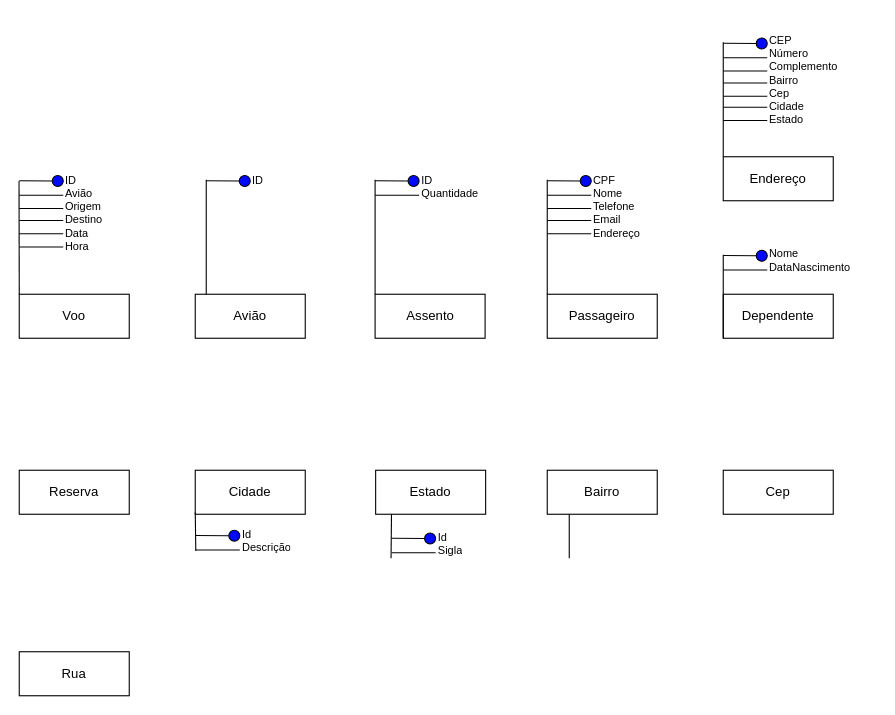
AdrianoCorreia94/ciencia-de-dados keeps this draw.io diagram as Banco de Dados/Diagrama sem nome.drawio. Above is the earlier version. Source tidied: cells renumbered, new cells numbered last; positions are measured from the earlier drawing's top-left corner, leaving out a move shared by most shapes. Both pictures are drawn from the tidied source at 110%, with x=0, y=0 at pixel (19, 30).
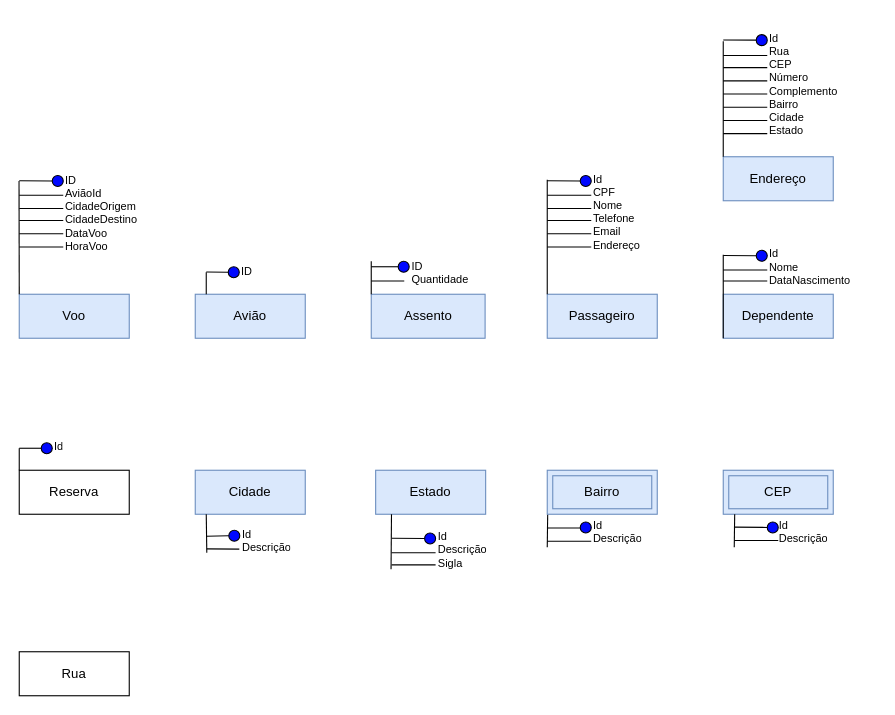
Above is the later version.

Unchanged cells that the change refers to:
```xml
<mxCell id="70" style="ellipse;whiteSpace=wrap;html=1;fillStyle=solid;fillColor=#0008FF;" parent="1" vertex="1">
  <mxGeometry x="190.5" y="454.5" width="10" height="10" as="geometry" />
</mxCell>
<mxCell id="71" value="&lt;span style=&quot;white-space: pre;&quot;&gt;Id&lt;br/&gt;Descrição&lt;br&gt;&lt;/span&gt;" style="text;strokeColor=none;fillColor=none;html=1;whiteSpace=wrap;verticalAlign=middle;overflow=hidden;fontSize=10;align=left;horizontal=1;spacingTop=4;" parent="1" vertex="1">
  <mxGeometry x="200.5" y="417.5" width="90" height="89" as="geometry" />
</mxCell>
```

Change to the diagram source:
```diff
@@
-    <mxCell id="2" value="&lt;span style=&quot;white-space: pre;&quot;&gt;Id&lt;br&gt;Sigla&lt;br&gt;&lt;/span&gt;" style="text;strokeColor=none;fillColor=none;html=1;whiteSpace=wrap;verticalAlign=middle;overflow=hidden;fontSize=10;align=left;horizontal=1;spacingTop=4;" parent="1" vertex="1">
-      <mxGeometry x="378.5" y="420.5" width="90" height="89" as="geometry" />
+    <mxCell id="2" value="&lt;span style=&quot;white-space: pre;&quot;&gt;Id&lt;br/&gt;Descrição&lt;br&gt;Sigla&lt;br&gt;&lt;/span&gt;" style="text;strokeColor=none;fillColor=none;html=1;whiteSpace=wrap;verticalAlign=middle;overflow=hidden;fontSize=10;align=left;horizontal=1;spacingTop=4;" parent="1" vertex="1">
+      <mxGeometry x="378.5" y="425" width="90" height="89" as="geometry" />
     </mxCell>
-    <mxCell id="3" value="ID&lt;br&gt;Avião&lt;br&gt;&lt;span style=&quot;white-space: pre;&quot;&gt;Origem&lt;br&gt;Destino&lt;br/&gt;Data&lt;br/&gt;Hora&lt;br/&gt;&lt;/span&gt;" style="text;strokeColor=none;fillColor=none;html=1;whiteSpace=wrap;verticalAlign=middle;overflow=hidden;fontSize=10;align=left;" parent="1" vertex="1">
+    <mxCell id="3" value="ID&lt;br&gt;AviãoId&lt;br&gt;&lt;span style=&quot;white-space: pre;&quot;&gt;CidadeOrigem&lt;br&gt;CidadeDestino&lt;br&gt;DataVoo&lt;br&gt;HoraVoo&lt;br&gt;&lt;/span&gt;" style="text;strokeColor=none;fillColor=none;html=1;whiteSpace=wrap;verticalAlign=middle;overflow=hidden;fontSize=10;align=left;" parent="1" vertex="1">
       <mxGeometry x="40" y="121" width="80" height="89" as="geometry" />
     </mxCell>
-    <mxCell id="4" value="Voo" style="whiteSpace=wrap;html=1;align=center;" parent="1" vertex="1">
+    <mxCell id="4" value="Voo" style="whiteSpace=wrap;html=1;align=center;fillColor=#dae8fc;strokeColor=#6c8ebf;" parent="1" vertex="1">
       <mxGeometry y="240" width="100" height="40" as="geometry" />
     </mxCell>
-    <mxCell id="5" value="Assento" style="whiteSpace=wrap;html=1;align=center;" parent="1" vertex="1">
-      <mxGeometry x="323.5" y="240" width="100" height="40" as="geometry" />
+    <mxCell id="5" value="Assento" style="whiteSpace=wrap;html=1;align=center;fillStyle=solid;fillColor=#dae8fc;strokeColor=#6c8ebf;" parent="1" vertex="1">
+      <mxGeometry x="320" y="240" width="103.5" height="40" as="geometry" />
     </mxCell>
-    <mxCell id="6" value="Avião" style="whiteSpace=wrap;html=1;align=center;" parent="1" vertex="1">
+    <mxCell id="6" value="Avião" style="whiteSpace=wrap;html=1;align=center;fillColor=#dae8fc;strokeColor=#6c8ebf;" parent="1" vertex="1">
       <mxGeometry x="160" y="240" width="100" height="40" as="geometry" />
     </mxCell>
-    <mxCell id="7" value="Passageiro" style="whiteSpace=wrap;html=1;align=center;" parent="1" vertex="1">
+    <mxCell id="7" value="Passageiro" style="whiteSpace=wrap;html=1;align=center;fillColor=#dae8fc;strokeColor=#6c8ebf;" parent="1" vertex="1">
       <mxGeometry x="480" y="240" width="100" height="40" as="geometry" />
     </mxCell>
-    <mxCell id="8" value="Dependente" style="whiteSpace=wrap;html=1;align=center;" parent="1" vertex="1">
+    <mxCell id="8" value="Dependente" style="whiteSpace=wrap;html=1;align=center;fillColor=#dae8fc;strokeColor=#6c8ebf;" parent="1" vertex="1">
       <mxGeometry x="640" y="240" width="100" height="40" as="geometry" />
     </mxCell>
@@
-    <mxCell id="10" value="Cidade" style="whiteSpace=wrap;html=1;align=center;" parent="1" vertex="1">
+    <mxCell id="10" value="Cidade" style="whiteSpace=wrap;html=1;align=center;fillColor=#dae8fc;strokeColor=#6c8ebf;" parent="1" vertex="1">
       <mxGeometry x="160" y="400" width="100" height="40" as="geometry" />
     </mxCell>
-    <mxCell id="11" value="Estado" style="whiteSpace=wrap;html=1;align=center;" parent="1" vertex="1">
+    <mxCell id="11" value="Estado" style="whiteSpace=wrap;html=1;align=center;fillColor=#dae8fc;strokeColor=#6c8ebf;" parent="1" vertex="1">
       <mxGeometry x="324" y="400" width="100" height="40" as="geometry" />
     </mxCell>
-    <mxCell id="12" value="Bairro" style="whiteSpace=wrap;html=1;align=center;" parent="1" vertex="1">
-      <mxGeometry x="480" y="400" width="100" height="40" as="geometry" />
-    </mxCell>
-    <mxCell id="13" value="Cep" style="whiteSpace=wrap;html=1;align=center;" parent="1" vertex="1">
-      <mxGeometry x="640" y="400" width="100" height="40" as="geometry" />
-    </mxCell>
@@
-    <mxCell id="15" style="endArrow=none;html=1;rounded=0;" parent="1" edge="1">
-      <mxGeometry relative="1" as="geometry">
-        <mxPoint x="500" y="480" as="sourcePoint" />
-        <mxPoint x="500" y="440" as="targetPoint" />
-      </mxGeometry>
-    </mxCell>
@@
-    <mxCell id="25" style="endArrow=none;html=1;rounded=0;startArrow=none;" parent="1" edge="1" source="27">
-      <mxGeometry relative="1" as="geometry">
-        <mxPoint x="210" y="136.8" as="targetPoint" />
-      </mxGeometry>
-    </mxCell>
-    <mxCell id="26" style="endArrow=none;html=1;rounded=0;" parent="1" edge="1" target="27">
+    <mxCell id="26" style="endArrow=none;html=1;rounded=0;" parent="1" edge="1">
       <mxGeometry relative="1" as="geometry">
-        <mxPoint x="170" y="136.8" as="sourcePoint" />
+        <mxPoint x="170" y="219.8" as="sourcePoint" />
+        <mxPoint x="200" y="220" as="targetPoint" />
+        <Array as="points">
+          <mxPoint x="190" y="220" />
+        </Array>
       </mxGeometry>
     </mxCell>
     <mxCell id="27" style="ellipse;whiteSpace=wrap;html=1;fillStyle=solid;fillColor=#0008FF;" parent="1" vertex="1">
-      <mxGeometry x="200" y="132" width="10" height="10" as="geometry" />
+      <mxGeometry x="190" y="215" width="10" height="10" as="geometry" />
     </mxCell>
     <mxCell id="28" style="endArrow=none;html=1;rounded=0;" parent="1" edge="1">
       <mxGeometry relative="1" as="geometry">
         <mxPoint x="170" y="240" as="sourcePoint" />
-        <mxPoint x="170" y="136" as="targetPoint" />
+        <mxPoint x="170" y="220" as="targetPoint" />
       </mxGeometry>
     </mxCell>
     <mxCell id="29" value="ID&lt;span style=&quot;white-space: pre;&quot;&gt;&lt;br&gt;&lt;/span&gt;" style="text;strokeColor=none;fillColor=none;html=1;whiteSpace=wrap;verticalAlign=middle;overflow=hidden;fontSize=10;align=left;" parent="1" vertex="1">
-      <mxGeometry x="210" y="91.5" width="80" height="89" as="geometry" />
+      <mxGeometry x="199.5" y="174.5" width="80" height="89" as="geometry" />
     </mxCell>
     <mxCell id="30" value="ID&lt;br&gt;&lt;span style=&quot;white-space: pre;&quot;&gt;Quantidade&lt;br&gt;&lt;/span&gt;" style="text;strokeColor=none;fillColor=none;html=1;whiteSpace=wrap;verticalAlign=middle;overflow=hidden;fontSize=10;align=left;" parent="1" vertex="1">
-      <mxGeometry x="363.5" y="97" width="80" height="89" as="geometry" />
+      <mxGeometry x="354.5" y="175.5" width="80" height="89" as="geometry" />
     </mxCell>
-    <mxCell id="31" style="endArrow=none;html=1;rounded=0;startArrow=none;" parent="1" edge="1" source="34">
-      <mxGeometry relative="1" as="geometry">
-        <mxPoint x="363.5" y="136.8" as="targetPoint" />
-      </mxGeometry>
-    </mxCell>
     <mxCell id="32" style="endArrow=none;html=1;rounded=0;" parent="1" edge="1">
       <mxGeometry relative="1" as="geometry">
-        <mxPoint x="323.5" y="150" as="sourcePoint" />
-        <mxPoint x="363.5" y="150" as="targetPoint" />
+        <mxPoint x="320" y="228" as="sourcePoint" />
+        <mxPoint x="350" y="228" as="targetPoint" />
       </mxGeometry>
     </mxCell>
-    <mxCell id="33" style="endArrow=none;html=1;rounded=0;" parent="1" edge="1" target="34">
+    <mxCell id="33" style="endArrow=none;html=1;rounded=0;startArrow=none;" parent="1" edge="1" source="34">
       <mxGeometry relative="1" as="geometry">
-        <mxPoint x="323.5" y="136.8" as="sourcePoint" />
+        <mxPoint x="355" y="215" as="targetPoint" />
       </mxGeometry>
     </mxCell>
-    <mxCell id="34" style="ellipse;whiteSpace=wrap;html=1;fillStyle=solid;fillColor=#0008FF;" parent="1" vertex="1">
-      <mxGeometry x="353.5" y="132" width="10" height="10" as="geometry" />
-    </mxCell>
-    <mxCell id="35" style="endArrow=none;html=1;rounded=0;" parent="1" edge="1">
+    <mxCell id="35" style="endArrow=none;html=1;rounded=0;exitX=0;exitY=0;exitDx=0;exitDy=0;" parent="1" edge="1" source="5">
       <mxGeometry relative="1" as="geometry">
-        <mxPoint x="323.5" y="240" as="sourcePoint" />
-        <mxPoint x="323.5" y="136" as="targetPoint" />
+        <mxPoint x="320" y="210" as="targetPoint" />
+        <Array as="points">
+          <mxPoint x="320" y="230" />
+        </Array>
       </mxGeometry>
     </mxCell>
@@
-    <mxCell id="44" value="&lt;span style=&quot;white-space: pre;&quot;&gt;CPF&lt;/span&gt;&lt;br/&gt;&lt;span style=&quot;white-space: pre;&quot;&gt;Nome&lt;/span&gt;&lt;br/&gt;&lt;span style=&quot;white-space: pre;&quot;&gt;Telefone&lt;/span&gt;&lt;br/&gt;&lt;span style=&quot;white-space: pre;&quot;&gt;Email&lt;/span&gt;&lt;br/&gt;&lt;span style=&quot;white-space: pre;&quot;&gt;Endereço&lt;/span&gt;" style="text;strokeColor=none;fillColor=none;html=1;whiteSpace=wrap;verticalAlign=middle;overflow=hidden;fontSize=10;align=left;" parent="1" vertex="1">
-      <mxGeometry x="520" y="115" width="90" height="89" as="geometry" />
+    <mxCell id="44" value="&lt;span style=&quot;white-space: pre;&quot;&gt;Id&lt;br/&gt;CPF&lt;/span&gt;&lt;br&gt;&lt;span style=&quot;white-space: pre;&quot;&gt;Nome&lt;/span&gt;&lt;br&gt;&lt;span style=&quot;white-space: pre;&quot;&gt;Telefone&lt;/span&gt;&lt;br&gt;&lt;span style=&quot;white-space: pre;&quot;&gt;Email&lt;/span&gt;&lt;br&gt;&lt;span style=&quot;white-space: pre;&quot;&gt;Endereço&lt;/span&gt;" style="text;strokeColor=none;fillColor=none;html=1;whiteSpace=wrap;verticalAlign=middle;overflow=hidden;fontSize=10;align=left;" parent="1" vertex="1">
+      <mxGeometry x="520" y="120" width="90" height="89" as="geometry" />
     </mxCell>
@@
     <mxCell id="49" style="endArrow=none;html=1;rounded=0;entryX=0.144;entryY=1.025;entryDx=0;entryDy=0;entryPerimeter=0;" parent="1" edge="1">
       <mxGeometry relative="1" as="geometry">
-        <mxPoint x="338" y="480" as="sourcePoint" />
+        <mxPoint x="338" y="490" as="sourcePoint" />
         <mxPoint x="338.4" y="440" as="targetPoint" />
       </mxGeometry>
     </mxCell>
-    <mxCell id="50" value="Endereço" style="whiteSpace=wrap;html=1;align=center;" parent="1" vertex="1">
+    <mxCell id="50" value="Endereço" style="whiteSpace=wrap;html=1;align=center;fillColor=#dae8fc;strokeColor=#6c8ebf;" parent="1" vertex="1">
       <mxGeometry x="640" y="115" width="100" height="40" as="geometry" />
     </mxCell>
@@
     <mxCell id="52" style="endArrow=none;html=1;rounded=0;" parent="1" edge="1">
       <mxGeometry relative="1" as="geometry">
-        <mxPoint x="640" y="25" as="sourcePoint" />
-        <mxPoint x="680" y="25" as="targetPoint" />
+        <mxPoint x="640" y="23" as="sourcePoint" />
+        <mxPoint x="680" y="23" as="targetPoint" />
       </mxGeometry>
     </mxCell>
     <mxCell id="53" style="endArrow=none;html=1;rounded=0;" parent="1" edge="1">
       <mxGeometry relative="1" as="geometry">
-        <mxPoint x="640" y="37" as="sourcePoint" />
-        <mxPoint x="680" y="37" as="targetPoint" />
+        <mxPoint x="640" y="34" as="sourcePoint" />
+        <mxPoint x="680" y="34" as="targetPoint" />
       </mxGeometry>
     </mxCell>
     <mxCell id="54" style="endArrow=none;html=1;rounded=0;" parent="1" edge="1">
       <mxGeometry relative="1" as="geometry">
-        <mxPoint x="640" y="60" as="sourcePoint" />
-        <mxPoint x="680" y="60" as="targetPoint" />
+        <mxPoint x="640" y="58" as="sourcePoint" />
+        <mxPoint x="680" y="58" as="targetPoint" />
       </mxGeometry>
     </mxCell>
     <mxCell id="55" style="endArrow=none;html=1;rounded=0;" parent="1" edge="1">
       <mxGeometry relative="1" as="geometry">
-        <mxPoint x="640" y="48" as="sourcePoint" />
-        <mxPoint x="680" y="48" as="targetPoint" />
+        <mxPoint x="640" y="46" as="sourcePoint" />
+        <mxPoint x="680" y="46" as="targetPoint" />
       </mxGeometry>
     </mxCell>
-    <mxCell id="56" style="endArrow=none;html=1;rounded=0;" parent="1" edge="1" target="57">
+    <mxCell id="56" style="endArrow=none;html=1;rounded=0;" parent="1" edge="1">
       <mxGeometry relative="1" as="geometry">
-        <mxPoint x="640" y="11.8" as="sourcePoint" />
+        <mxPoint x="640" y="8.8" as="sourcePoint" />
+        <mxPoint x="670" y="9" as="targetPoint" />
       </mxGeometry>
     </mxCell>
     <mxCell id="57" style="ellipse;whiteSpace=wrap;html=1;fillStyle=solid;fillColor=#0008FF;" parent="1" vertex="1">
-      <mxGeometry x="670" y="7" width="10" height="10" as="geometry" />
+      <mxGeometry x="670" y="4" width="10" height="10" as="geometry" />
     </mxCell>
     <mxCell id="58" style="endArrow=none;html=1;rounded=0;" parent="1" edge="1">
       <mxGeometry relative="1" as="geometry">
         <mxPoint x="640" y="115" as="sourcePoint" />
-        <mxPoint x="640" y="11" as="targetPoint" />
+        <mxPoint x="640" y="10" as="targetPoint" />
       </mxGeometry>
     </mxCell>
-    <mxCell id="59" value="&lt;span style=&quot;white-space: pre;&quot;&gt;CEP&lt;br/&gt;Número&lt;/span&gt;&lt;br&gt;&lt;span style=&quot;white-space: pre;&quot;&gt;Complemento&lt;/span&gt;&lt;br&gt;&lt;span style=&quot;white-space: pre;&quot;&gt;Bairro&lt;/span&gt;&lt;br&gt;&lt;span style=&quot;white-space: pre;&quot;&gt;Cep&lt;br&gt;Cidade&lt;br&gt;Estado&lt;br&gt;&lt;/span&gt;" style="text;strokeColor=none;fillColor=none;html=1;whiteSpace=wrap;verticalAlign=middle;overflow=hidden;fontSize=10;align=left;" parent="1" vertex="1">
-      <mxGeometry x="680" width="90" height="89" as="geometry" />
+    <mxCell id="59" value="&lt;span style=&quot;white-space: pre;&quot;&gt;Id&lt;br&gt;Rua&lt;br&gt;CEP&lt;br&gt;Número&lt;/span&gt;&lt;br&gt;&lt;span style=&quot;white-space: pre;&quot;&gt;Complemento&lt;/span&gt;&lt;br&gt;&lt;span style=&quot;white-space: pre;&quot;&gt;Bairro&lt;/span&gt;&lt;span style=&quot;white-space: pre;&quot;&gt;&lt;br&gt;Cidade&lt;br&gt;Estado&lt;br&gt;&lt;/span&gt;" style="text;strokeColor=none;fillColor=none;html=1;whiteSpace=wrap;verticalAlign=middle;overflow=hidden;fontSize=10;align=left;" parent="1" vertex="1">
+      <mxGeometry x="680" y="-10" width="90" height="118" as="geometry" />
     </mxCell>
@@
-    <mxCell id="62" value="Nome&lt;br&gt;&lt;span style=&quot;white-space: pre;&quot;&gt;DataNascimento&lt;br&gt;&lt;/span&gt;" style="text;strokeColor=none;fillColor=none;html=1;whiteSpace=wrap;verticalAlign=middle;overflow=hidden;fontSize=10;align=left;" parent="1" vertex="1">
-      <mxGeometry x="680" y="164" width="80" height="89" as="geometry" />
+    <mxCell id="62" value="Id&lt;br&gt;Nome&lt;br&gt;&lt;span style=&quot;white-space: pre;&quot;&gt;DataNascimento&lt;br&gt;&lt;/span&gt;" style="text;strokeColor=none;fillColor=none;html=1;whiteSpace=wrap;verticalAlign=middle;overflow=hidden;fontSize=10;align=left;" parent="1" vertex="1">
+      <mxGeometry x="680" y="170.5" width="80" height="89" as="geometry" />
     </mxCell>
@@
-    <mxCell id="68" style="endArrow=none;html=1;rounded=0;" parent="1" edge="1">
-      <mxGeometry relative="1" as="geometry">
-        <mxPoint x="160.5" y="472.5" as="sourcePoint" />
-        <mxPoint x="200.5" y="472.5" as="targetPoint" />
-      </mxGeometry>
-    </mxCell>
     <mxCell id="69" style="endArrow=none;html=1;rounded=0;" parent="1" edge="1" target="70">
       <mxGeometry relative="1" as="geometry">
-        <mxPoint x="160.5" y="459.3" as="sourcePoint" />
+        <mxPoint x="170" y="460" as="sourcePoint" />
       </mxGeometry>
     </mxCell>
@@
     <mxCell id="72" style="endArrow=none;html=1;rounded=0;entryX=0.144;entryY=1.025;entryDx=0;entryDy=0;entryPerimeter=0;" parent="1" edge="1">
       <mxGeometry relative="1" as="geometry">
-        <mxPoint x="160.5" y="473.5" as="sourcePoint" />
-        <mxPoint x="160" y="438.5" as="targetPoint" />
+        <mxPoint x="170.5" y="475" as="sourcePoint" />
+        <mxPoint x="170" y="440" as="targetPoint" />
       </mxGeometry>
     </mxCell>
+    <mxCell id="73" style="endArrow=none;html=1;rounded=0;startArrow=none;" parent="1" edge="1" source="76">
+      <mxGeometry relative="1" as="geometry">
+        <mxPoint x="30" y="380.2" as="targetPoint" />
+        <Array as="points">
+          <mxPoint x="20" y="380.2" />
+        </Array>
+      </mxGeometry>
+    </mxCell>
+    <mxCell id="74" style="endArrow=none;html=1;rounded=0;" parent="1" edge="1">
+      <mxGeometry relative="1" as="geometry">
+        <mxPoint y="400" as="sourcePoint" />
+        <mxPoint y="380" as="targetPoint" />
+      </mxGeometry>
+    </mxCell>
+    <mxCell id="75" style="endArrow=none;html=1;rounded=0;" parent="1" edge="1" target="76">
+      <mxGeometry relative="1" as="geometry">
+        <mxPoint y="380" as="sourcePoint" />
+      </mxGeometry>
+    </mxCell>
+    <mxCell id="76" style="ellipse;whiteSpace=wrap;html=1;fillStyle=solid;fillColor=#0008FF;" parent="1" vertex="1">
+      <mxGeometry x="20" y="375" width="10" height="10" as="geometry" />
+    </mxCell>
+    <mxCell id="77" value="&lt;span style=&quot;white-space: pre;&quot;&gt;Id&lt;br&gt;&lt;/span&gt;" style="text;strokeColor=none;fillColor=none;html=1;whiteSpace=wrap;verticalAlign=middle;overflow=hidden;fontSize=10;align=left;horizontal=1;spacingTop=4;" parent="1" vertex="1">
+      <mxGeometry x="30" y="331.5" width="90" height="89" as="geometry" />
+    </mxCell>
+    <mxCell id="78" style="endArrow=none;html=1;rounded=0;" parent="1" edge="1" target="34">
+      <mxGeometry relative="1" as="geometry">
+        <mxPoint x="320" y="215" as="sourcePoint" />
+      </mxGeometry>
+    </mxCell>
+    <mxCell id="34" style="ellipse;whiteSpace=wrap;html=1;fillStyle=solid;fillColor=#0008FF;" parent="1" vertex="1">
+      <mxGeometry x="344.5" y="210" width="10" height="10" as="geometry" />
+    </mxCell>
+    <mxCell id="79" style="endArrow=none;html=1;rounded=0;" parent="1" edge="1">
+      <mxGeometry relative="1" as="geometry">
+        <mxPoint x="640" y="94" as="sourcePoint" />
+        <mxPoint x="680" y="94" as="targetPoint" />
+      </mxGeometry>
+    </mxCell>
+    <mxCell id="80" style="endArrow=none;html=1;rounded=0;" parent="1" edge="1">
+      <mxGeometry relative="1" as="geometry">
+        <mxPoint x="480" y="197" as="sourcePoint" />
+        <mxPoint x="520" y="197" as="targetPoint" />
+      </mxGeometry>
+    </mxCell>
+    <mxCell id="81" style="endArrow=none;html=1;rounded=0;" parent="1" edge="1">
+      <mxGeometry relative="1" as="geometry">
+        <mxPoint x="640" y="228" as="sourcePoint" />
+        <mxPoint x="680" y="228" as="targetPoint" />
+      </mxGeometry>
+    </mxCell>
+    <mxCell id="82" style="endArrow=none;html=1;rounded=0;" parent="1" edge="1">
+      <mxGeometry relative="1" as="geometry">
+        <mxPoint x="338.5" y="486" as="sourcePoint" />
+        <mxPoint x="378.5" y="486" as="targetPoint" />
+      </mxGeometry>
+    </mxCell>
+    <mxCell id="83" style="endArrow=none;html=1;rounded=0;entryX=0.144;entryY=1.025;entryDx=0;entryDy=0;entryPerimeter=0;" parent="1" edge="1">
+      <mxGeometry relative="1" as="geometry">
+        <mxPoint x="480" y="470" as="sourcePoint" />
+        <mxPoint x="480.4" y="440" as="targetPoint" />
+      </mxGeometry>
+    </mxCell>
+    <mxCell id="84" style="endArrow=none;html=1;rounded=0;" parent="1" edge="1">
+      <mxGeometry relative="1" as="geometry">
+        <mxPoint x="480" y="452.5" as="sourcePoint" />
+        <mxPoint x="520" y="452.5" as="targetPoint" />
+      </mxGeometry>
+    </mxCell>
+    <mxCell id="85" style="ellipse;whiteSpace=wrap;html=1;fillStyle=solid;fillColor=#0008FF;" parent="1" vertex="1">
+      <mxGeometry x="510" y="447" width="10" height="10" as="geometry" />
+    </mxCell>
+    <mxCell id="86" style="endArrow=none;html=1;rounded=0;" parent="1" edge="1">
+      <mxGeometry relative="1" as="geometry">
+        <mxPoint x="480" y="464.5" as="sourcePoint" />
+        <mxPoint x="520" y="464.5" as="targetPoint" />
+      </mxGeometry>
+    </mxCell>
+    <mxCell id="12" value="Bairro" style="shape=ext;margin=3;double=1;whiteSpace=wrap;html=1;align=center;fillColor=#dae8fc;strokeColor=#6c8ebf;" parent="1" vertex="1">
+      <mxGeometry x="480" y="400" width="100" height="40" as="geometry" />
+    </mxCell>
+    <mxCell id="87" value="CEP" style="shape=ext;margin=3;double=1;whiteSpace=wrap;html=1;align=center;fillColor=#dae8fc;strokeColor=#6c8ebf;" parent="1" vertex="1">
+      <mxGeometry x="640" y="400" width="100" height="40" as="geometry" />
+    </mxCell>
+    <mxCell id="88" value="&lt;span style=&quot;white-space: pre;&quot;&gt;Id&lt;br&gt;Descrição&lt;br&gt;&lt;/span&gt;" style="text;strokeColor=none;fillColor=none;html=1;whiteSpace=wrap;verticalAlign=middle;overflow=hidden;fontSize=10;align=left;horizontal=1;spacingTop=4;" parent="1" vertex="1">
+      <mxGeometry x="520" y="409.5" width="90" height="89" as="geometry" />
+    </mxCell>
+    <mxCell id="89" value="&lt;span style=&quot;white-space: pre;&quot;&gt;Id&lt;br&gt;Descrição&lt;br&gt;&lt;/span&gt;" style="text;strokeColor=none;fillColor=none;html=1;whiteSpace=wrap;verticalAlign=middle;overflow=hidden;fontSize=10;align=left;horizontal=1;spacingTop=4;" parent="1" vertex="1">
+      <mxGeometry x="689" y="409.5" width="90" height="89" as="geometry" />
+    </mxCell>
+    <mxCell id="90" style="endArrow=none;html=1;rounded=0;startArrow=none;" parent="1" edge="1" source="94">
+      <mxGeometry relative="1" as="geometry">
+        <mxPoint x="690" y="451.7" as="targetPoint" />
+      </mxGeometry>
+    </mxCell>
+    <mxCell id="91" style="endArrow=none;html=1;rounded=0;" parent="1" edge="1">
+      <mxGeometry relative="1" as="geometry">
+        <mxPoint x="650" y="463.8" as="sourcePoint" />
+        <mxPoint x="690" y="463.8" as="targetPoint" />
+      </mxGeometry>
+    </mxCell>
+    <mxCell id="92" style="endArrow=none;html=1;rounded=0;entryX=0.144;entryY=1.025;entryDx=0;entryDy=0;entryPerimeter=0;" parent="1" edge="1">
+      <mxGeometry relative="1" as="geometry">
+        <mxPoint x="650" y="470" as="sourcePoint" />
+        <mxPoint x="650.4" y="440" as="targetPoint" />
+      </mxGeometry>
+    </mxCell>
+    <mxCell id="93" style="endArrow=none;html=1;rounded=0;" parent="1" edge="1" target="94">
+      <mxGeometry relative="1" as="geometry">
+        <mxPoint x="650" y="451.7" as="sourcePoint" />
+      </mxGeometry>
+    </mxCell>
+    <mxCell id="94" style="ellipse;whiteSpace=wrap;html=1;fillStyle=solid;fillColor=#0008FF;" parent="1" vertex="1">
+      <mxGeometry x="680" y="447" width="10" height="10" as="geometry" />
+    </mxCell>
+    <mxCell id="95" style="endArrow=none;html=1;rounded=0;entryX=-0.005;entryY=0.609;entryDx=0;entryDy=0;entryPerimeter=0;" parent="1" edge="1" target="71">
+      <mxGeometry relative="1" as="geometry">
+        <mxPoint x="170.5" y="471.5" as="sourcePoint" />
+      </mxGeometry>
+    </mxCell>
```
